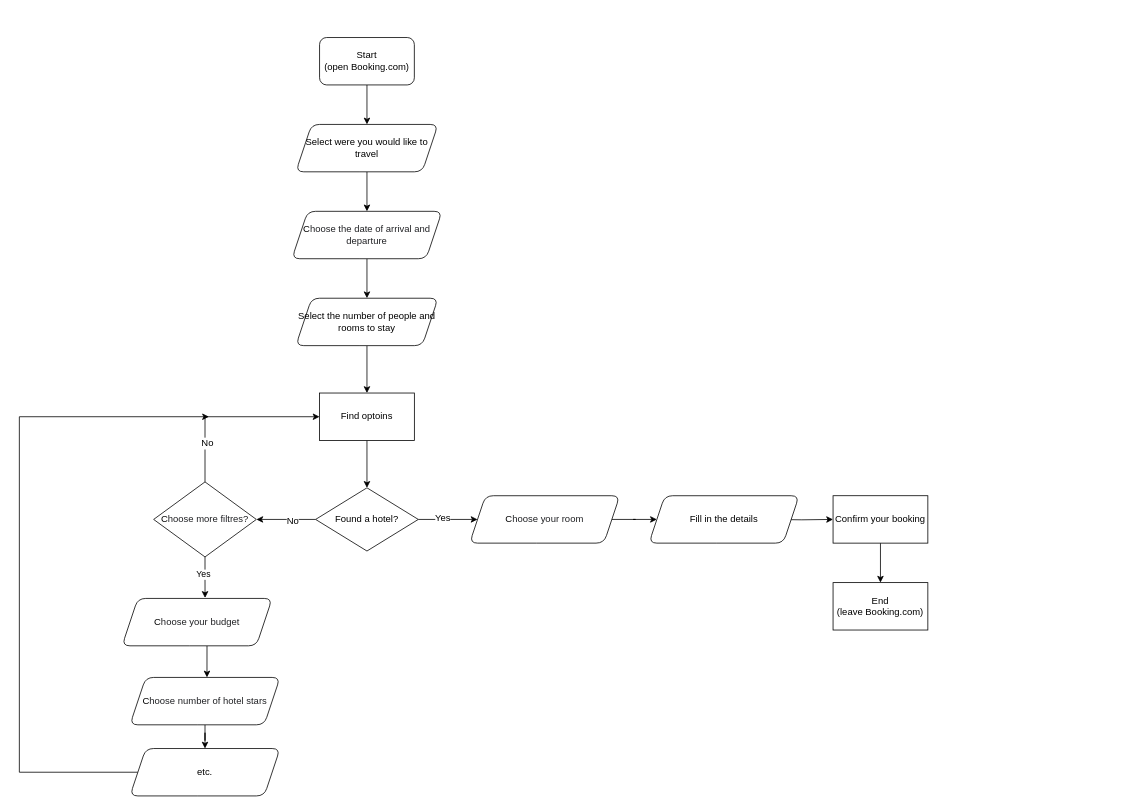
Above: hw_01_draw/hometask1.drawio in llmurd0kll/Csharp.HomeWorks (draw.io), before the change. Source tidied: cells renumbered, new cells numbered last; positions are measured from the earlier drawing's top-left corner, leaving out a move shared by most shapes. Both pictures are drawn from the tidied source at 79%, with x=0, y=0 at pixel (19, 37).
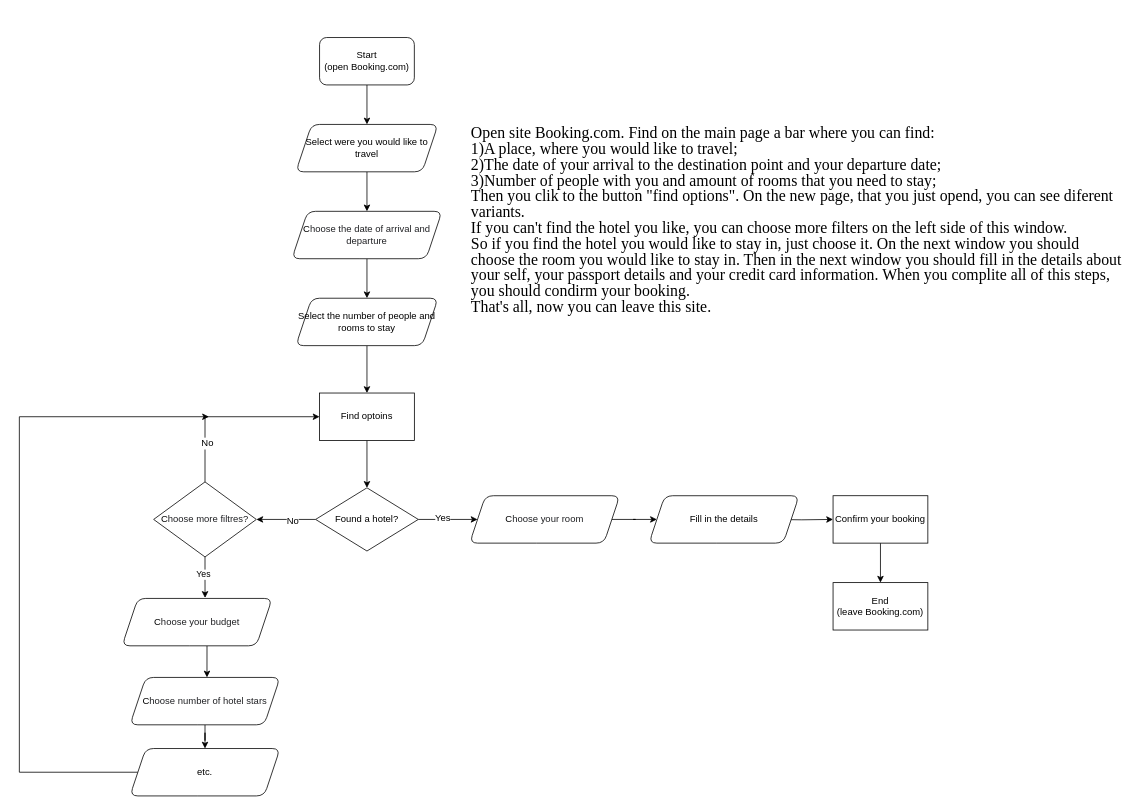
After the change.

Commit message:
feat: text descrip added

Text description of the block-scheme added.

Diff of the diagram source:
```diff
@@
+    <mxCell id="36" value="&lt;p style=&quot;line-height: 0; font-size: 20px;&quot;&gt;&lt;font style=&quot;font-size: 20px;&quot; face=&quot;Times New Roman&quot;&gt;Open site Booking.com. Find on the main page a bar where you can find:&lt;/font&gt;&lt;/p&gt;&lt;p style=&quot;line-height: 0; font-size: 20px;&quot;&gt;&lt;font style=&quot;font-size: 20px;&quot; face=&quot;Times New Roman&quot;&gt;1)A place, where you would like to travel;&lt;/font&gt;&lt;/p&gt;&lt;p style=&quot;line-height: 0; font-size: 20px;&quot;&gt;&lt;font style=&quot;font-size: 20px;&quot; face=&quot;Times New Roman&quot;&gt;2)The date of your arrival to the destination point and your departure date;&lt;/font&gt;&lt;/p&gt;&lt;p style=&quot;line-height: 0; font-size: 20px;&quot;&gt;&lt;font style=&quot;font-size: 20px;&quot; face=&quot;Times New Roman&quot;&gt;3)Number of people with you and amount of rooms that you need to stay;&lt;/font&gt;&lt;/p&gt;&lt;p style=&quot;line-height: 0; font-size: 20px;&quot;&gt;&lt;font style=&quot;font-size: 20px;&quot; face=&quot;Times New Roman&quot;&gt;Then you clik to the button &quot;find options&quot;. On the new page, that you just opend, you can see diferent&lt;/font&gt;&lt;/p&gt;&lt;p style=&quot;line-height: 0; font-size: 20px;&quot;&gt;&lt;font style=&quot;font-size: 20px;&quot; face=&quot;Times New Roman&quot;&gt;variants.&lt;/font&gt;&lt;/p&gt;&lt;p style=&quot;line-height: 0; font-size: 20px;&quot;&gt;&lt;font style=&quot;font-size: 20px;&quot; face=&quot;Times New Roman&quot;&gt;If you can't find the hotel you like, you can choose more filters on the left side of this window.&lt;/font&gt;&lt;/p&gt;&lt;p style=&quot;line-height: 0; font-size: 20px;&quot;&gt;&lt;font style=&quot;font-size: 20px;&quot; face=&quot;Times New Roman&quot;&gt;So if you find the hotel you would like to stay in, just choose it. On the next window you should&lt;/font&gt;&lt;/p&gt;&lt;p style=&quot;line-height: 0; font-size: 20px;&quot;&gt;&lt;font style=&quot;font-size: 20px;&quot; face=&quot;Times New Roman&quot;&gt;choose the room you&amp;nbsp;&lt;/font&gt;&lt;span style=&quot;font-family: &amp;quot;Times New Roman&amp;quot;; background-color: initial;&quot;&gt;would like to stay in. Then in the next window you should fill in the details about&lt;/span&gt;&lt;/p&gt;&lt;p style=&quot;line-height: 0; font-size: 20px;&quot;&gt;&lt;span style=&quot;font-family: &amp;quot;Times New Roman&amp;quot;; background-color: initial;&quot;&gt;your self, your passport details and&amp;nbsp;&lt;/span&gt;&lt;span style=&quot;font-family: &amp;quot;Times New Roman&amp;quot;; background-color: initial;&quot;&gt;your credit card information. When you complite all of this steps,&lt;/span&gt;&lt;/p&gt;&lt;p style=&quot;line-height: 0; font-size: 20px;&quot;&gt;&lt;span style=&quot;font-family: &amp;quot;Times New Roman&amp;quot;; background-color: initial;&quot;&gt;you should condirm your booking.&amp;nbsp;&lt;/span&gt;&lt;/p&gt;&lt;p style=&quot;line-height: 0; font-size: 20px;&quot;&gt;&lt;span style=&quot;font-family: &amp;quot;Times New Roman&amp;quot;; background-color: initial;&quot;&gt;That's all, now you&amp;nbsp;&lt;/span&gt;&lt;span style=&quot;font-family: &amp;quot;Times New Roman&amp;quot;; background-color: initial;&quot;&gt;can leave this site.&lt;/span&gt;&lt;/p&gt;&lt;p style=&quot;line-height: 0; font-size: 20px;&quot;&gt;&lt;br&gt;&lt;/p&gt;" style="text;html=1;strokeColor=none;fillColor=none;align=left;verticalAlign=middle;whiteSpace=wrap;rounded=0;" parent="1" vertex="1">
+      <mxGeometry x="570" y="-30" width="830" height="540" as="geometry" />
+    </mxCell>
```
